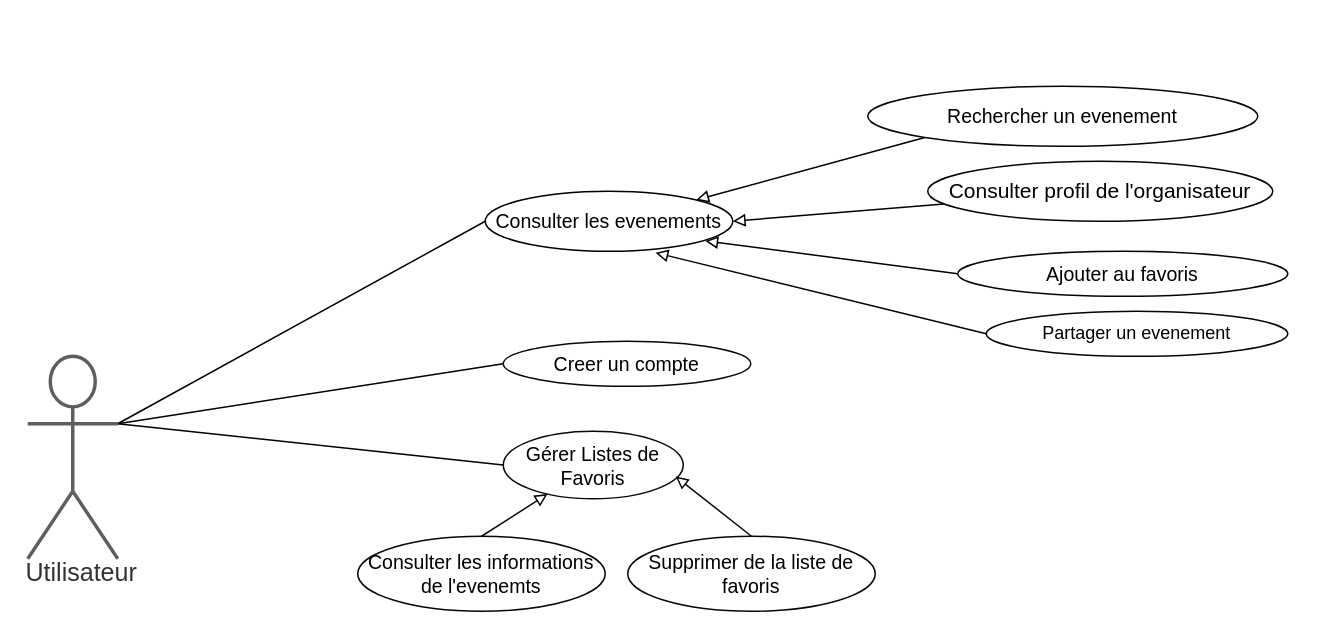
This is Diagram de cas utilisation/1-Utilisateur_VF.drawio from mohamedimem/event-, a draw.io file, before an edit. Source tidied: cells renumbered, new cells numbered last; positions are measured from the earlier drawing's top-left corner, leaving out a move shared by most shapes. Both pictures are drawn from the tidied source at 150%, with x=0, y=0 at pixel (27, 86).
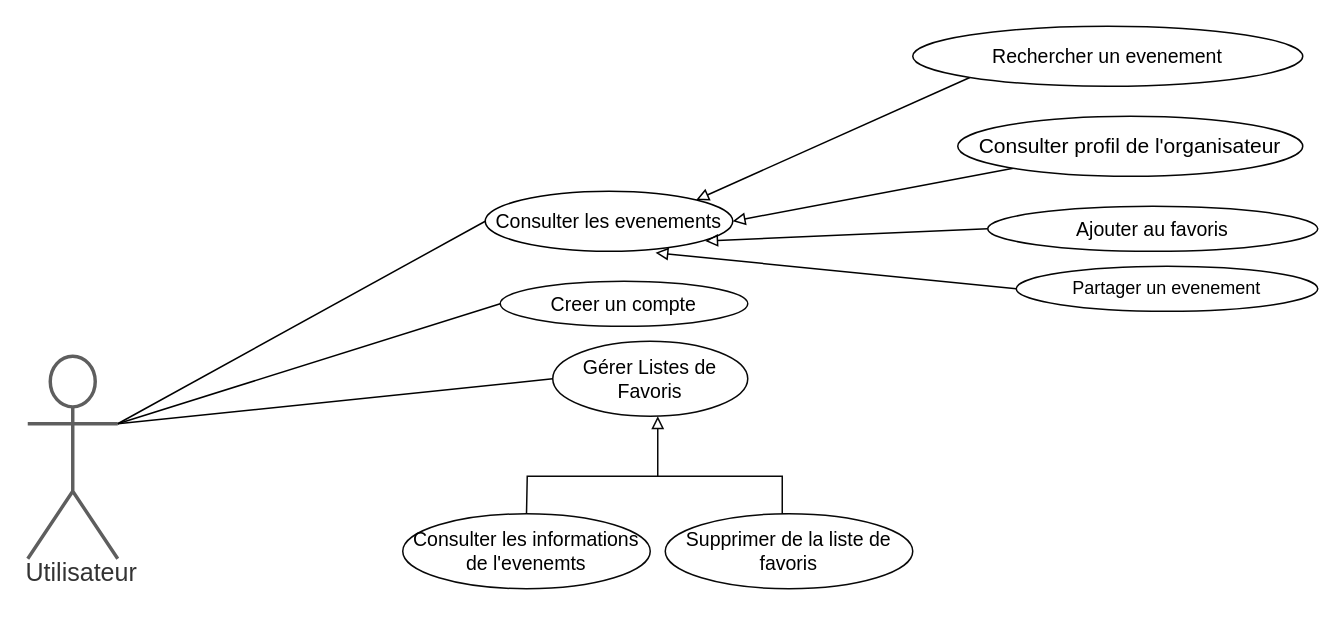
Above is the later version.

Commit message (it also covers changes not shown here):
Mettre à jour 1-Utilisateur_VF.drawio

Change to the diagram source:
```diff
@@
     <mxCell id="6" style="html=1;jettySize=18;whiteSpace=wrap;fontSize=13;strokeColor=#080808;strokeWidth=1;rounded=1;arcSize=12;edgeStyle=orthogonalEdgeStyle;startArrow=none;endArrow=block;endFill=1;lucidId=mpitS5lhm7C1;" parent="1" edge="1">
       <mxGeometry relative="1" as="geometry">
-        <mxPoint x="576" y="229" as="sourcePoint" />
-        <mxPoint x="576" y="229" as="targetPoint" />
+        <mxPoint x="596" y="199" as="sourcePoint" />
+        <mxPoint x="596" y="199" as="targetPoint" />
       </mxGeometry>
     </mxCell>
     <mxCell id="7" value="Creer un compte" style="html=1;overflow=block;blockSpacing=1;whiteSpace=wrap;ellipse;fontSize=13;spacing=3.8;strokeColor=#080808;strokeOpacity=100;rounded=1;absoluteArcSize=1;arcSize=9;strokeWidth=1;lucidId=KpitLF8Kvkj4;" parent="1" vertex="1">
-      <mxGeometry x="317" y="170" width="165" height="30" as="geometry" />
+      <mxGeometry x="315" y="130" width="165" height="30" as="geometry" />
     </mxCell>
@@
     <mxCell id="9" value="&lt;div&gt;Rechercher un evenement &lt;br&gt;&lt;/div&gt;" style="html=1;overflow=block;blockSpacing=1;whiteSpace=wrap;ellipse;fontSize=13;spacing=3.8;strokeColor=#050505;strokeOpacity=100;rounded=1;absoluteArcSize=1;arcSize=9;strokeWidth=1;lucidId=.BitsejxpJ_f;" parent="1" vertex="1">
-      <mxGeometry x="560" width="260" height="40" as="geometry" />
+      <mxGeometry x="590" y="-40" width="260" height="40" as="geometry" />
     </mxCell>
@@
     <mxCell id="11" value="&lt;font style=&quot;font-size: 14px;&quot;&gt;Consulter profil de l'organisateur&lt;/font&gt;" style="ellipse;whiteSpace=wrap;html=1;strokeColor=#050505;strokeWidth=1;" parent="1" vertex="1">
-      <mxGeometry x="600" y="50" width="230" height="40" as="geometry" />
+      <mxGeometry x="620" y="20" width="230" height="40" as="geometry" />
     </mxCell>
@@
     <mxCell id="13" value="Partager un evenement" style="ellipse;whiteSpace=wrap;html=1;strokeColor=#050505;strokeWidth=1;" parent="1" vertex="1">
-      <mxGeometry x="639" y="150" width="201" height="30" as="geometry" />
+      <mxGeometry x="659" y="120" width="201" height="30" as="geometry" />
     </mxCell>
@@
     <mxCell id="15" value="Ajouter au favoris" style="html=1;overflow=block;blockSpacing=1;whiteSpace=wrap;ellipse;fontSize=13;spacing=3.8;strokeColor=#050505;strokeOpacity=100;rounded=1;absoluteArcSize=1;arcSize=9;strokeWidth=1;lucidId=.BitsejxpJ_f;" parent="1" vertex="1">
-      <mxGeometry x="620" y="110" width="220" height="30" as="geometry" />
+      <mxGeometry x="640" y="80" width="220" height="30" as="geometry" />
     </mxCell>
     <mxCell id="16" value="Gérer Listes de Favoris " style="html=1;overflow=block;blockSpacing=1;whiteSpace=wrap;ellipse;fontSize=13;spacing=3.8;strokeColor=#080808;strokeOpacity=100;rounded=1;absoluteArcSize=1;arcSize=9;strokeWidth=1;lucidId=atit3Y5sFF7p;" parent="1" vertex="1">
-      <mxGeometry x="317" y="230" width="120" height="45" as="geometry" />
+      <mxGeometry x="350" y="170" width="130" height="50" as="geometry" />
     </mxCell>
-    <mxCell id="17" style="edgeStyle=none;rounded=0;jettySize=auto;html=1;exitX=0.5;exitY=0;exitDx=0;exitDy=0;fontSize=14;endArrow=block;endFill=0;entryX=0.958;entryY=0.671;entryDx=0;entryDy=0;entryPerimeter=0;strokeColor=#080808;strokeWidth=1;" parent="1" edge="1" source="18" target="16">
-      <mxGeometry relative="1" as="geometry" />
-    </mxCell>
+    <mxCell id="22" style="edgeStyle=orthogonalEdgeStyle;rounded=0;jettySize=auto;html=1;exitX=0.5;exitY=0;exitDx=0;exitDy=0;strokeColor=#080808;strokeWidth=1;fontSize=14;endArrow=none;endFill=0;" parent="1" edge="1" source="18">
+      <mxGeometry relative="1" as="geometry">
+        <mxPoint x="420" y="260" as="targetPoint" />
+        <Array as="points">
+          <mxPoint x="503" y="260" />
+        </Array>
+      </mxGeometry>
+    </mxCell>
     <mxCell id="18" value="Supprimer de la liste de favoris" style="html=1;overflow=block;blockSpacing=1;whiteSpace=wrap;ellipse;fontSize=13;spacing=3.8;strokeColor=#080808;strokeOpacity=100;rounded=1;absoluteArcSize=1;arcSize=9;strokeWidth=1;lucidId=atit3Y5sFF7p;" parent="1" vertex="1">
-      <mxGeometry x="400" y="300" width="165" height="50" as="geometry" />
+      <mxGeometry x="425" y="285" width="165" height="50" as="geometry" />
     </mxCell>
-    <mxCell id="19" style="edgeStyle=none;rounded=0;jettySize=auto;html=1;exitX=0.5;exitY=0;exitDx=0;exitDy=0;fontSize=14;endArrow=block;endFill=0;strokeColor=#080808;strokeWidth=1;" parent="1" edge="1" source="20" target="16">
-      <mxGeometry relative="1" as="geometry" />
+    <mxCell id="19" style="edgeStyle=none;rounded=0;jettySize=auto;html=1;exitX=0.5;exitY=0;exitDx=0;exitDy=0;fontSize=14;endArrow=block;endFill=0;strokeColor=#080808;strokeWidth=1;" parent="1" edge="1" source="20">
+      <mxGeometry relative="1" as="geometry">
+        <mxPoint x="420" y="220" as="targetPoint" />
+        <Array as="points">
+          <mxPoint x="333" y="260" />
+          <mxPoint x="420" y="260" />
+        </Array>
+      </mxGeometry>
     </mxCell>
     <mxCell id="20" value="Consulter les informations de l'evenemts" style="html=1;overflow=block;blockSpacing=1;whiteSpace=wrap;ellipse;fontSize=13;spacing=3.8;strokeColor=#080808;strokeOpacity=100;rounded=1;absoluteArcSize=1;arcSize=9;strokeWidth=1;lucidId=atit3Y5sFF7p;" parent="1" vertex="1">
-      <mxGeometry x="220" y="300" width="165" height="50" as="geometry" />
+      <mxGeometry x="250" y="285" width="165" height="50" as="geometry" />
     </mxCell>
```
